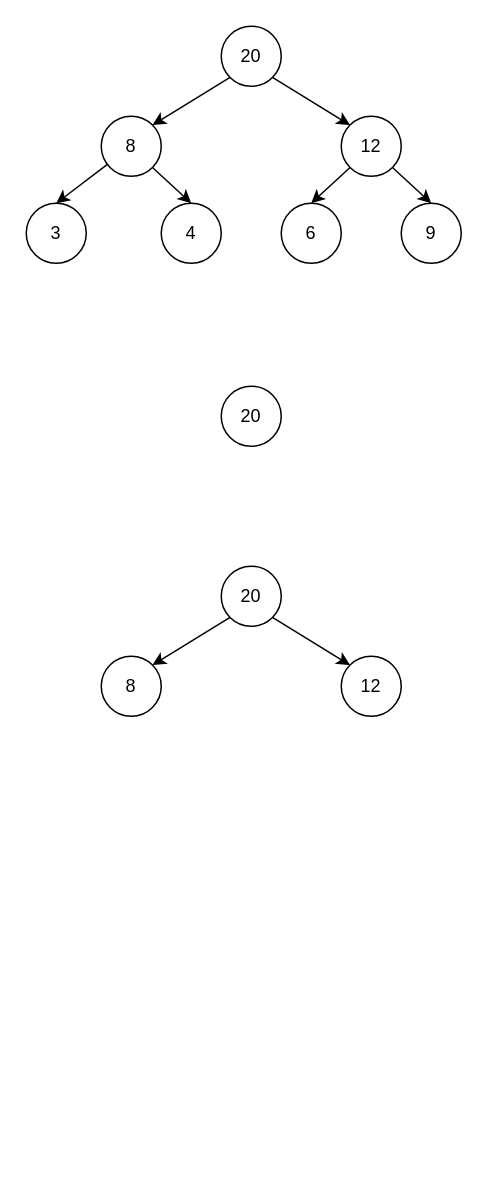
This is page "Page-3" (3 of 4) of external/images/heaps/Heaps.io.drawio from ascholerChemeketa/welcomeprogramming, a draw.io file, before an edit. Source tidied: cells renumbered, new cells numbered last; positions are measured from the earlier drawing's top-left corner, leaving out a move shared by most shapes. Both pictures are drawn from the tidied source at 150%, with x=0, y=0 at pixel (26, 26).
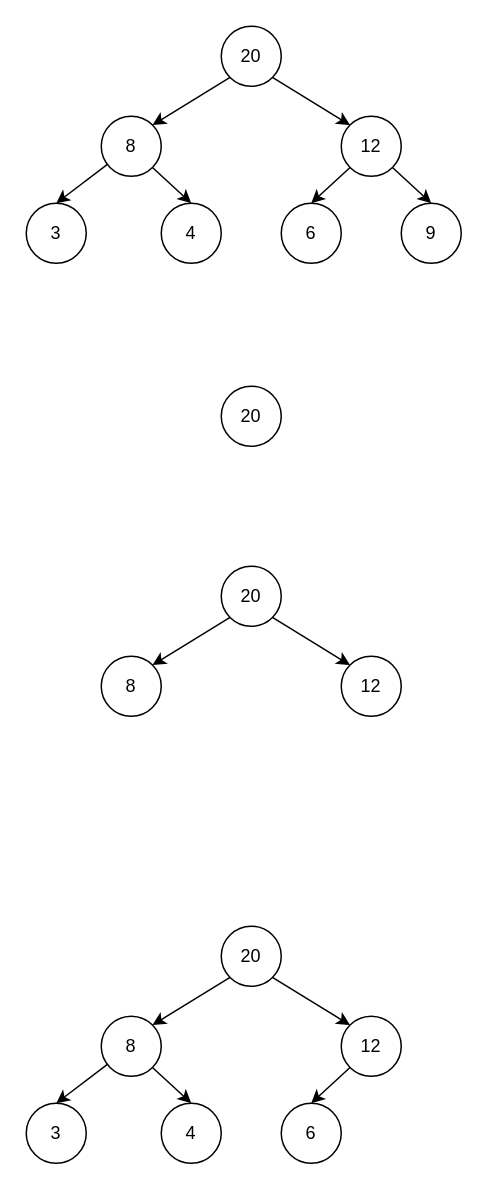
The same page after the edit.

Diff of the diagram source:
```diff
@@
+    <mxCell id="25" value="20" style="ellipse;whiteSpace=wrap;html=1;" parent="1" vertex="1">
+      <mxGeometry x="130" y="600" width="40" height="40" as="geometry" />
+    </mxCell>
+    <mxCell id="26" value="8" style="ellipse;whiteSpace=wrap;html=1;" parent="1" vertex="1">
+      <mxGeometry x="50" y="660" width="40" height="40" as="geometry" />
+    </mxCell>
+    <mxCell id="27" value="3" style="ellipse;whiteSpace=wrap;html=1;direction=south;" parent="1" vertex="1">
+      <mxGeometry y="718" width="40" height="40" as="geometry" />
+    </mxCell>
+    <mxCell id="28" value="4" style="ellipse;whiteSpace=wrap;html=1;" parent="1" vertex="1">
+      <mxGeometry x="90" y="718" width="40" height="40" as="geometry" />
+    </mxCell>
+    <mxCell id="29" value="6" style="ellipse;whiteSpace=wrap;html=1;" parent="1" vertex="1">
+      <mxGeometry x="170" y="718" width="40" height="40" as="geometry" />
+    </mxCell>
+    <mxCell id="30" value="12" style="ellipse;whiteSpace=wrap;html=1;" parent="1" vertex="1">
+      <mxGeometry x="210" y="660" width="40" height="40" as="geometry" />
+    </mxCell>
+    <mxCell id="31" style="endArrow=classic;html=1;rounded=0;exitX=1;exitY=1;exitDx=0;exitDy=0;entryX=0;entryY=0;entryDx=0;entryDy=0;" parent="1" edge="1" source="25" target="30">
+      <mxGeometry relative="1" as="geometry" />
+    </mxCell>
+    <mxCell id="32" style="endArrow=classic;html=1;rounded=0;exitX=0;exitY=1;exitDx=0;exitDy=0;entryX=1;entryY=0;entryDx=0;entryDy=0;" parent="1" edge="1" source="25" target="26">
+      <mxGeometry relative="1" as="geometry" />
+    </mxCell>
+    <mxCell id="33" style="endArrow=classic;html=1;rounded=0;exitX=1;exitY=1;exitDx=0;exitDy=0;entryX=0.5;entryY=0;entryDx=0;entryDy=0;" parent="1" edge="1" source="26" target="28">
+      <mxGeometry relative="1" as="geometry" />
+    </mxCell>
+    <mxCell id="34" style="endArrow=classic;html=1;rounded=0;entryX=0;entryY=0.5;entryDx=0;entryDy=0;" parent="1" edge="1" source="26" target="27">
+      <mxGeometry relative="1" as="geometry" />
+    </mxCell>
+    <mxCell id="35" style="endArrow=classic;html=1;rounded=0;exitX=0;exitY=1;exitDx=0;exitDy=0;entryX=0.5;entryY=0;entryDx=0;entryDy=0;" parent="1" edge="1" source="30" target="29">
+      <mxGeometry relative="1" as="geometry" />
+    </mxCell>
```
